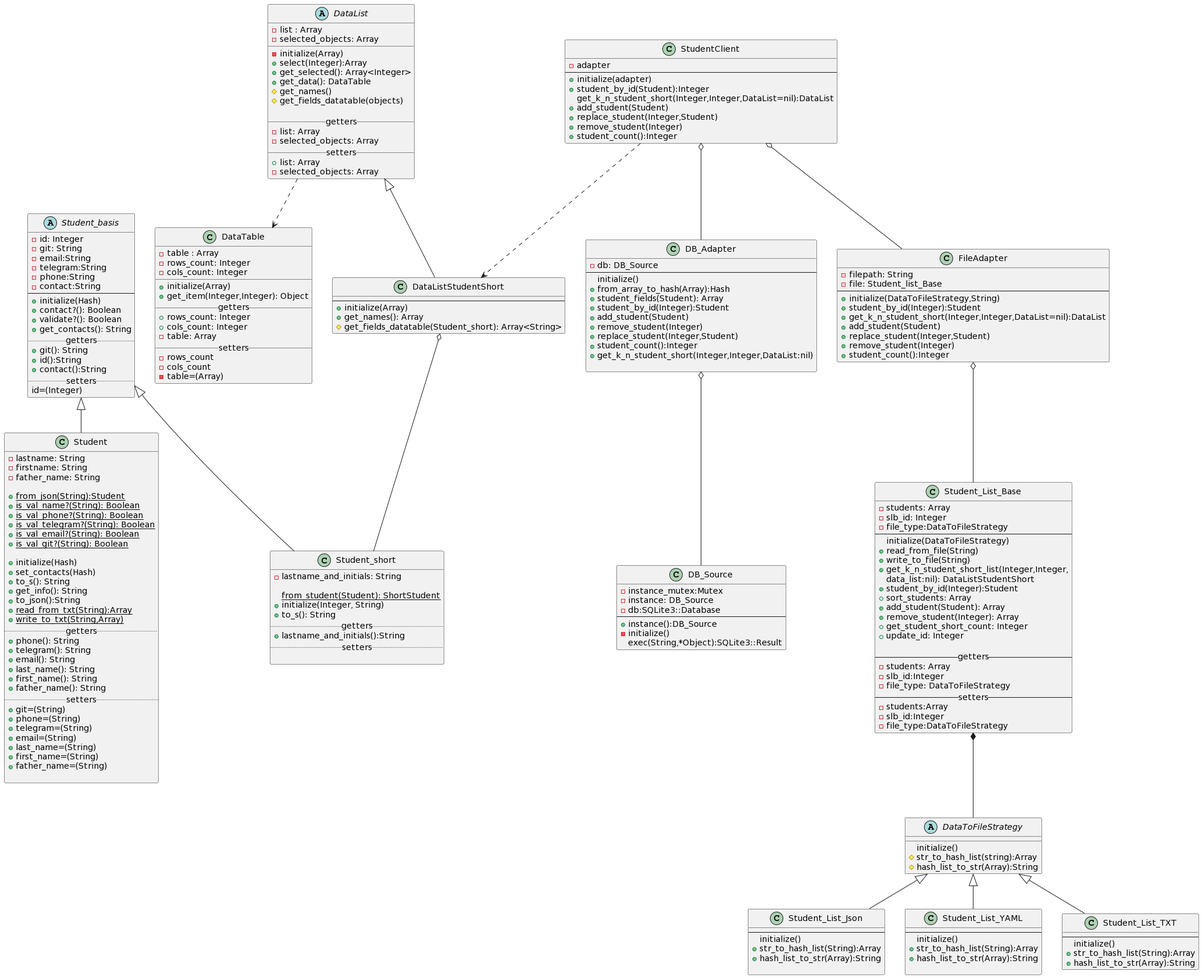
Above: lab2/diagrams/student_diagrams.png in ColdEiler/pattern (PlantUML), before the change.
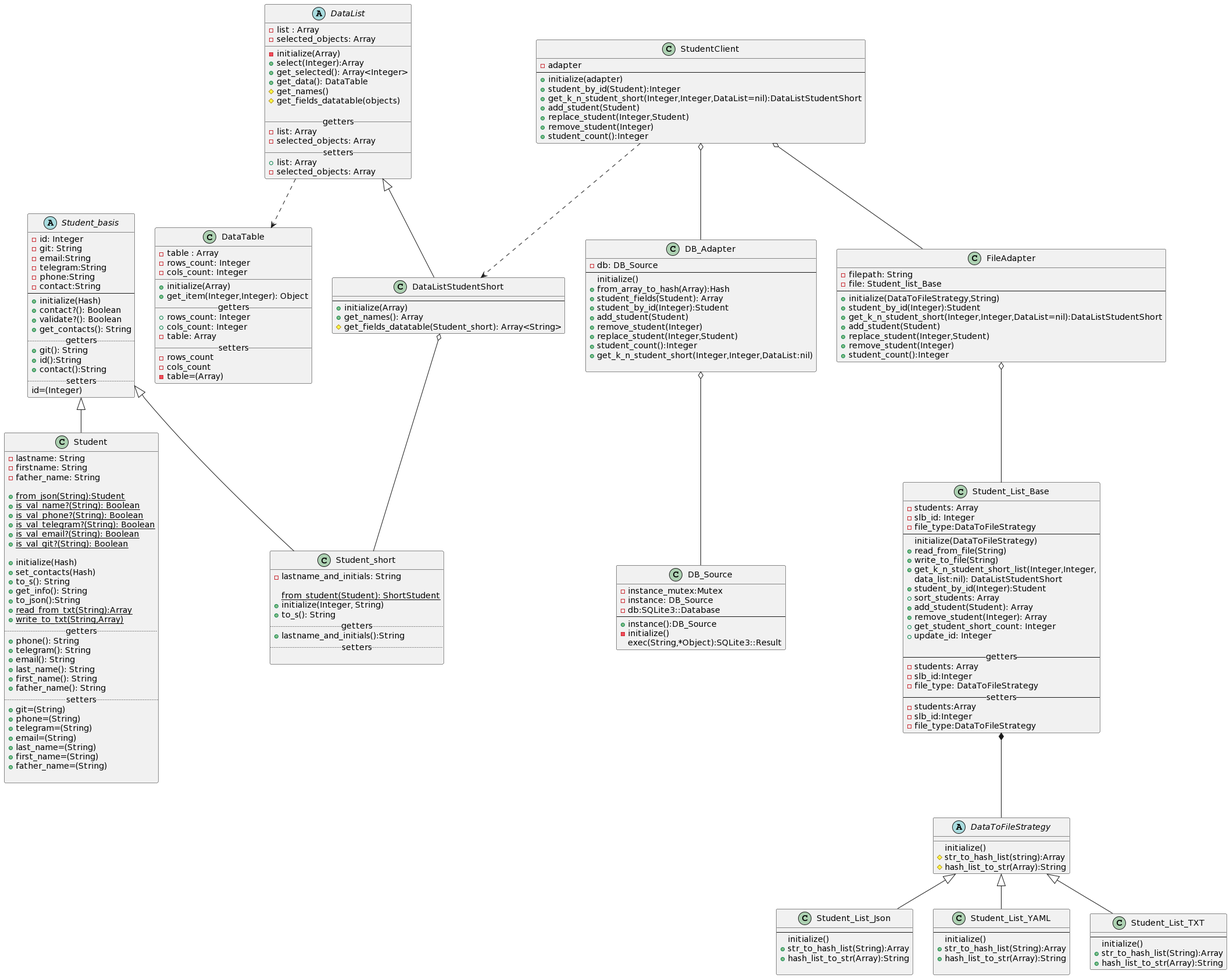
Above is the later version.

Commit message:
диаграмма + Gui(3 empty tabs)

Diff of the diagram source:
```diff
@@ -202,7 +202,7 @@
     --
     +initialize(DataToFileStrategy,String)
     +student_by_id(Integer):Student
-    +get_k_n_student_short(Integer,Integer,DataList=nil):DataList
+    +get_k_n_student_short(Integer,Integer,DataList=nil):DataListStudentShort
     +add_student(Student)
     +replace_student(Integer,Student)
     +remove_student(Integer)
@@ -215,7 +215,7 @@
     --
     +initialize(adapter)
     +student_by_id(Student):Integer
-    get_k_n_student_short(Integer,Integer,DataList=nil):DataList
+    +get_k_n_student_short(Integer,Integer,DataList=nil):DataListStudentShort
     +add_student(Student)
     +replace_student(Integer,Student)
     +remove_student(Integer)
```
